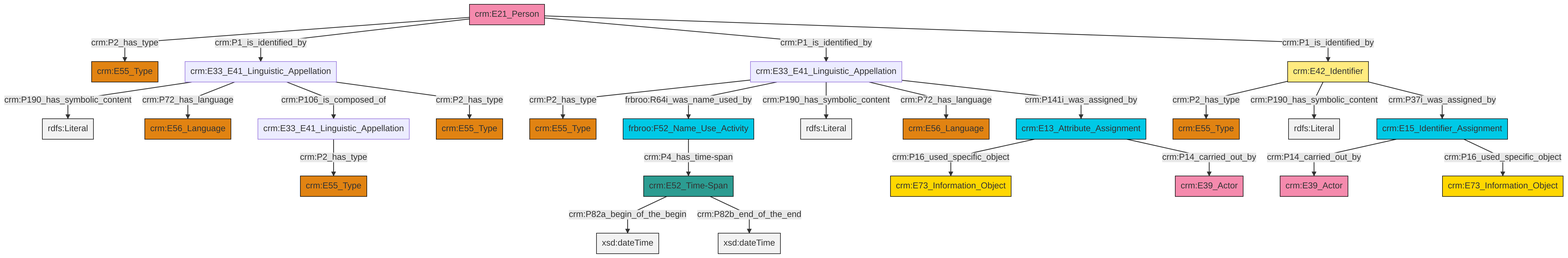
Above: et/personCSV/ttl/mmd/png/Person_Names_and_Classification.png in swiss-art-research-net/docs.swissartresearch (Mermaid), before the change. Its source is kept beside it as et/personCSV/ttl/mmd/Person_Names_and_Classification.ttl.mmd.
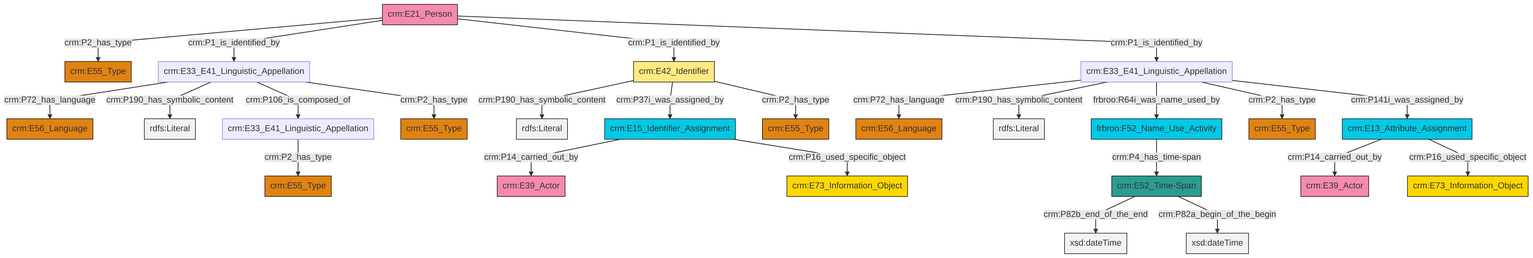
After the change.

Change to the diagram source:
```diff
@@ -13,27 +13,27 @@
 classDef PC_Classes fill:#4ce600, stroke:#000000;
 classDef Multi fill:#cccccc,stroke:#000000;
 
-4["crm:E33_E41_Linguistic_Appellation"]:::Default -->|crm:P2_has_type| 5["crm:E55_Type"]:::Type
-6["crm:E13_Attribute_Assignment"]:::Temporal_Entity -->|crm:P16_used_specific_object| 7["crm:E73_Information_Object"]:::Conceptual_Object
-8["crm:E33_E41_Linguistic_Appellation"]:::Default -->|crm:P190_has_symbolic_content| 9[rdfs:Literal]:::Literal
-12["crm:E21_Person"]:::Actor -->|crm:P2_has_type| 13["crm:E55_Type"]:::Type
-14["crm:E33_E41_Linguistic_Appellation"]:::Default -->|crm:P2_has_type| 15["crm:E55_Type"]:::Type
-18["crm:E15_Identifier_Assignment"]:::Temporal_Entity -->|crm:P14_carried_out_by| 19["crm:E39_Actor"]:::Actor
-24["crm:E42_Identifier"]:::Appellation -->|crm:P2_has_type| 10["crm:E55_Type"]:::Type
-24["crm:E42_Identifier"]:::Appellation -->|crm:P190_has_symbolic_content| 27[rdfs:Literal]:::Literal
-4["crm:E33_E41_Linguistic_Appellation"]:::Default -->|frbroo:R64i_was_name_used_by| 22["frbroo:F52_Name_Use_Activity"]:::Temporal_Entity
-28["crm:E52_Time-Span"]:::Time-Span -->|crm:P82a_begin_of_the_begin| 29[xsd:dateTime]:::Literal
-12["crm:E21_Person"]:::Actor -->|crm:P1_is_identified_by| 8["crm:E33_E41_Linguistic_Appellation"]:::Default
-4["crm:E33_E41_Linguistic_Appellation"]:::Default -->|crm:P190_has_symbolic_content| 31[rdfs:Literal]:::Literal
-28["crm:E52_Time-Span"]:::Time-Span -->|crm:P82b_end_of_the_end| 32[xsd:dateTime]:::Literal
-4["crm:E33_E41_Linguistic_Appellation"]:::Default -->|crm:P72_has_language| 0["crm:E56_Language"]:::Type
-4["crm:E33_E41_Linguistic_Appellation"]:::Default -->|crm:P141i_was_assigned_by| 6["crm:E13_Attribute_Assignment"]:::Temporal_Entity
-18["crm:E15_Identifier_Assignment"]:::Temporal_Entity -->|crm:P16_used_specific_object| 33["crm:E73_Information_Object"]:::Conceptual_Object
-12["crm:E21_Person"]:::Actor -->|crm:P1_is_identified_by| 4["crm:E33_E41_Linguistic_Appellation"]:::Default
-8["crm:E33_E41_Linguistic_Appellation"]:::Default -->|crm:P72_has_language| 34["crm:E56_Language"]:::Type
-12["crm:E21_Person"]:::Actor -->|crm:P1_is_identified_by| 24["crm:E42_Identifier"]:::Appellation
-8["crm:E33_E41_Linguistic_Appellation"]:::Default -->|crm:P106_is_composed_of| 14["crm:E33_E41_Linguistic_Appellation"]:::Default
-6["crm:E13_Attribute_Assignment"]:::Temporal_Entity -->|crm:P14_carried_out_by| 20["crm:E39_Actor"]:::Actor
-24["crm:E42_Identifier"]:::Appellation -->|crm:P37i_was_assigned_by| 18["crm:E15_Identifier_Assignment"]:::Temporal_Entity
-8["crm:E33_E41_Linguistic_Appellation"]:::Default -->|crm:P2_has_type| 2["crm:E55_Type"]:::Type
-22["frbroo:F52_Name_Use_Activity"]:::Temporal_Entity -->|crm:P4_has_time-span| 28["crm:E52_Time-Span"]:::Time-Span
+0["crm:E33_E41_Linguistic_Appellation"]:::Default -->|crm:P72_has_language| 1["crm:E56_Language"]:::Type
+2["crm:E42_Identifier"]:::Appellation -->|crm:P190_has_symbolic_content| 3[rdfs:Literal]:::Literal
+7["crm:E52_Time-Span"]:::Time-Span -->|crm:P82b_end_of_the_end| 8[xsd:dateTime]:::Literal
+5["crm:E21_Person"]:::Actor -->|crm:P2_has_type| 11["crm:E55_Type"]:::Type
+0["crm:E33_E41_Linguistic_Appellation"]:::Default -->|crm:P190_has_symbolic_content| 14[rdfs:Literal]:::Literal
+15["crm:E33_E41_Linguistic_Appellation"]:::Default -->|crm:P72_has_language| 16["crm:E56_Language"]:::Type
+2["crm:E42_Identifier"]:::Appellation -->|crm:P37i_was_assigned_by| 18["crm:E15_Identifier_Assignment"]:::Temporal_Entity
+19["frbroo:F52_Name_Use_Activity"]:::Temporal_Entity -->|crm:P4_has_time-span| 7["crm:E52_Time-Span"]:::Time-Span
+22["crm:E13_Attribute_Assignment"]:::Temporal_Entity -->|crm:P14_carried_out_by| 23["crm:E39_Actor"]:::Actor
+0["crm:E33_E41_Linguistic_Appellation"]:::Default -->|frbroo:R64i_was_name_used_by| 19["frbroo:F52_Name_Use_Activity"]:::Temporal_Entity
+2["crm:E42_Identifier"]:::Appellation -->|crm:P2_has_type| 20["crm:E55_Type"]:::Type
+15["crm:E33_E41_Linguistic_Appellation"]:::Default -->|crm:P190_has_symbolic_content| 26[rdfs:Literal]:::Literal
+18["crm:E15_Identifier_Assignment"]:::Temporal_Entity -->|crm:P14_carried_out_by| 27["crm:E39_Actor"]:::Actor
+15["crm:E33_E41_Linguistic_Appellation"]:::Default -->|crm:P106_is_composed_of| 12["crm:E33_E41_Linguistic_Appellation"]:::Default
+12["crm:E33_E41_Linguistic_Appellation"]:::Default -->|crm:P2_has_type| 28["crm:E55_Type"]:::Type
+7["crm:E52_Time-Span"]:::Time-Span -->|crm:P82a_begin_of_the_begin| 30[xsd:dateTime]:::Literal
+15["crm:E33_E41_Linguistic_Appellation"]:::Default -->|crm:P2_has_type| 9["crm:E55_Type"]:::Type
+0["crm:E33_E41_Linguistic_Appellation"]:::Default -->|crm:P2_has_type| 32["crm:E55_Type"]:::Type
+22["crm:E13_Attribute_Assignment"]:::Temporal_Entity -->|crm:P16_used_specific_object| 35["crm:E73_Information_Object"]:::Conceptual_Object
+18["crm:E15_Identifier_Assignment"]:::Temporal_Entity -->|crm:P16_used_specific_object| 24["crm:E73_Information_Object"]:::Conceptual_Object
+5["crm:E21_Person"]:::Actor -->|crm:P1_is_identified_by| 15["crm:E33_E41_Linguistic_Appellation"]:::Default
+0["crm:E33_E41_Linguistic_Appellation"]:::Default -->|crm:P141i_was_assigned_by| 22["crm:E13_Attribute_Assignment"]:::Temporal_Entity
+5["crm:E21_Person"]:::Actor -->|crm:P1_is_identified_by| 2["crm:E42_Identifier"]:::Appellation
+5["crm:E21_Person"]:::Actor -->|crm:P1_is_identified_by| 0["crm:E33_E41_Linguistic_Appellation"]:::Default
```
